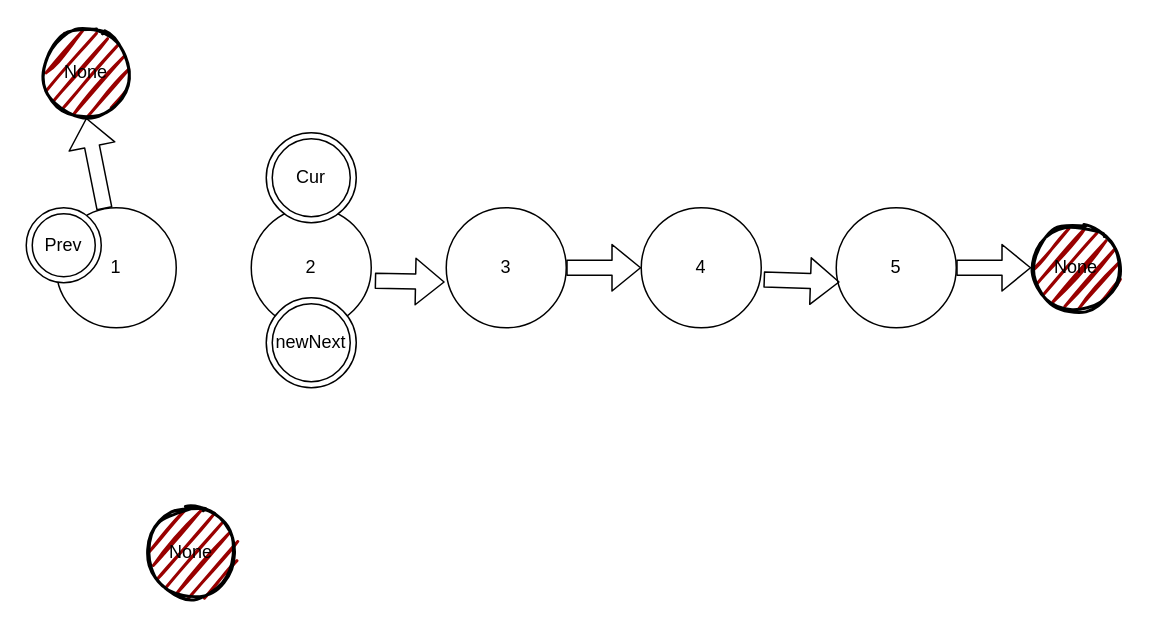
Before: taskA.drawio in rickmansfield/U5.3-M5, a draw.io diagram. Source tidied: cells renumbered, new cells numbered last; positions are measured from the earlier drawing's top-left corner, leaving out a move shared by most shapes. Both pictures are drawn from the tidied source at 150%, with x=0, y=0 at pixel (26, 27).
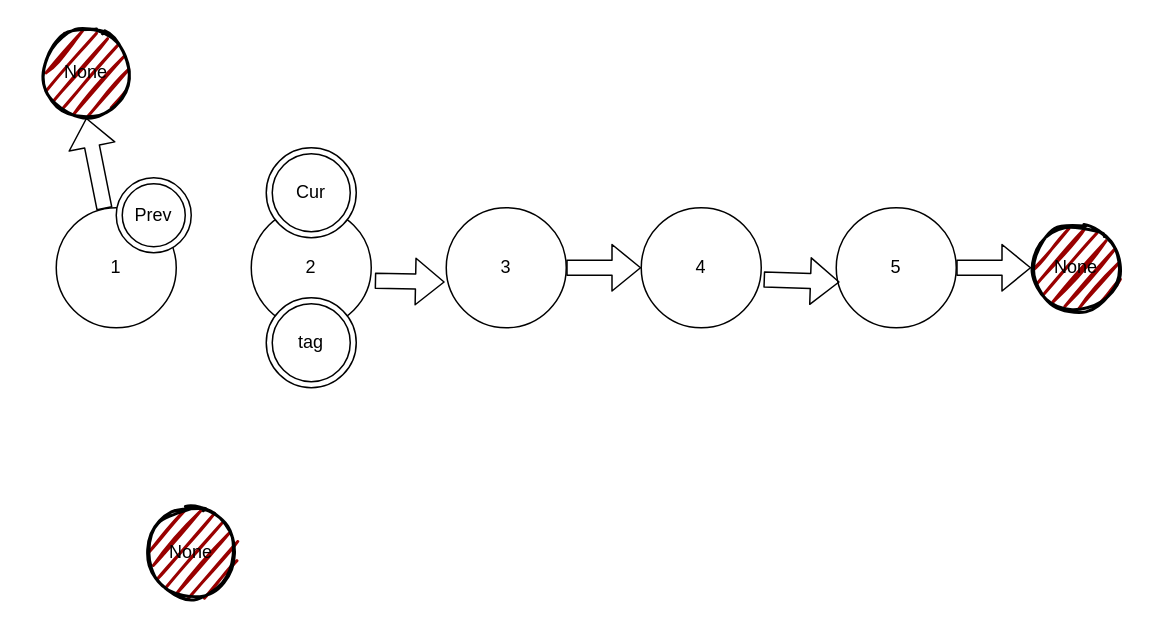
The same diagram, later.

What changed in the source:
```diff
@@
 <mxGraphModel>
   <root>
     <mxCell id="0" />
     <mxCell id="1" parent="0" />
     <mxCell id="2" value="1" style="ellipse;whiteSpace=wrap;html=1;" parent="1" vertex="1">
       <mxGeometry x="20" y="120" width="80" height="80" as="geometry" />
     </mxCell>
     <mxCell id="3" value="2" style="ellipse;whiteSpace=wrap;html=1;" parent="1" vertex="1">
       <mxGeometry x="150" y="120" width="80" height="80" as="geometry" />
     </mxCell>
     <mxCell id="4" value="3" style="ellipse;whiteSpace=wrap;html=1;" parent="1" vertex="1">
       <mxGeometry x="280" y="120" width="80" height="80" as="geometry" />
     </mxCell>
     <mxCell id="5" value="4" style="ellipse;whiteSpace=wrap;html=1;" parent="1" vertex="1">
       <mxGeometry x="410" y="120" width="80" height="80" as="geometry" />
     </mxCell>
     <mxCell id="6" value="5" style="ellipse;whiteSpace=wrap;html=1;" parent="1" vertex="1">
       <mxGeometry x="540" y="120" width="80" height="80" as="geometry" />
     </mxCell>
     <mxCell id="7" style="shape=flexArrow;endArrow=classic;html=1;exitX=1.029;exitY=0.608;exitDx=0;exitDy=0;exitPerimeter=0;entryX=-0.012;entryY=0.619;entryDx=0;entryDy=0;entryPerimeter=0;" parent="1" edge="1" source="3" target="4">
       <mxGeometry relative="1" as="geometry" />
     </mxCell>
     <mxCell id="8" style="shape=flexArrow;endArrow=classic;html=1;entryX=0;entryY=0.5;entryDx=0;entryDy=0;exitX=1;exitY=0.5;exitDx=0;exitDy=0;" parent="1" edge="1" source="4" target="5">
       <mxGeometry relative="1" as="geometry" />
     </mxCell>
     <mxCell id="9" style="shape=flexArrow;endArrow=classic;html=1;entryX=0.029;entryY=0.619;entryDx=0;entryDy=0;entryPerimeter=0;exitX=1.019;exitY=0.598;exitDx=0;exitDy=0;exitPerimeter=0;" parent="1" edge="1" source="5" target="6">
       <mxGeometry relative="1" as="geometry" />
     </mxCell>
     <mxCell id="10" style="shape=flexArrow;endArrow=classic;html=1;exitX=1;exitY=0.5;exitDx=0;exitDy=0;" parent="1" edge="1" source="6">
       <mxGeometry relative="1" as="geometry">
         <mxPoint x="670" y="160" as="targetPoint" />
       </mxGeometry>
     </mxCell>
     <mxCell id="11" value="None" style="ellipse;whiteSpace=wrap;html=1;strokeWidth=2;fillWeight=2;hachureGap=8;fillColor=#990000;fillStyle=dots;sketch=1;" parent="1" vertex="1">
       <mxGeometry x="670" y="130" width="60" height="60" as="geometry" />
     </mxCell>
     <mxCell id="12" value="Prev" style="ellipse;shape=doubleEllipse;whiteSpace=wrap;html=1;" parent="1" vertex="1">
-      <mxGeometry y="120" width="50" height="50" as="geometry" />
+      <mxGeometry x="60" y="100" width="50" height="50" as="geometry" />
     </mxCell>
     <mxCell id="13" value="Cur" style="ellipse;shape=doubleEllipse;whiteSpace=wrap;html=1;" parent="1" vertex="1">
-      <mxGeometry x="160" y="70" width="60" height="60" as="geometry" />
+      <mxGeometry x="160" y="80" width="60" height="60" as="geometry" />
     </mxCell>
-    <mxCell id="14" value="newNext" style="ellipse;shape=doubleEllipse;whiteSpace=wrap;html=1;" parent="1" vertex="1">
+    <mxCell id="14" value="tag" style="ellipse;shape=doubleEllipse;whiteSpace=wrap;html=1;" parent="1" vertex="1">
       <mxGeometry x="160" y="180" width="60" height="60" as="geometry" />
     </mxCell>
     <mxCell id="15" style="shape=flexArrow;endArrow=classic;html=1;entryX=0.5;entryY=1;entryDx=0;entryDy=0;" parent="1" edge="1" source="2" target="16">
       <mxGeometry relative="1" as="geometry" />
     </mxCell>
     <mxCell id="16" value="None" style="ellipse;whiteSpace=wrap;html=1;strokeWidth=2;fillWeight=2;hachureGap=8;fillColor=#990000;fillStyle=dots;sketch=1;" parent="1" vertex="1">
       <mxGeometry x="10" width="60" height="60" as="geometry" />
     </mxCell>
     <mxCell id="17" value="None" style="ellipse;whiteSpace=wrap;html=1;strokeWidth=2;fillWeight=2;hachureGap=8;fillColor=#990000;fillStyle=dots;sketch=1;" parent="1" vertex="1">
       <mxGeometry x="80" y="320" width="60" height="60" as="geometry" />
     </mxCell>
   </root>
 </mxGraphModel>
```
